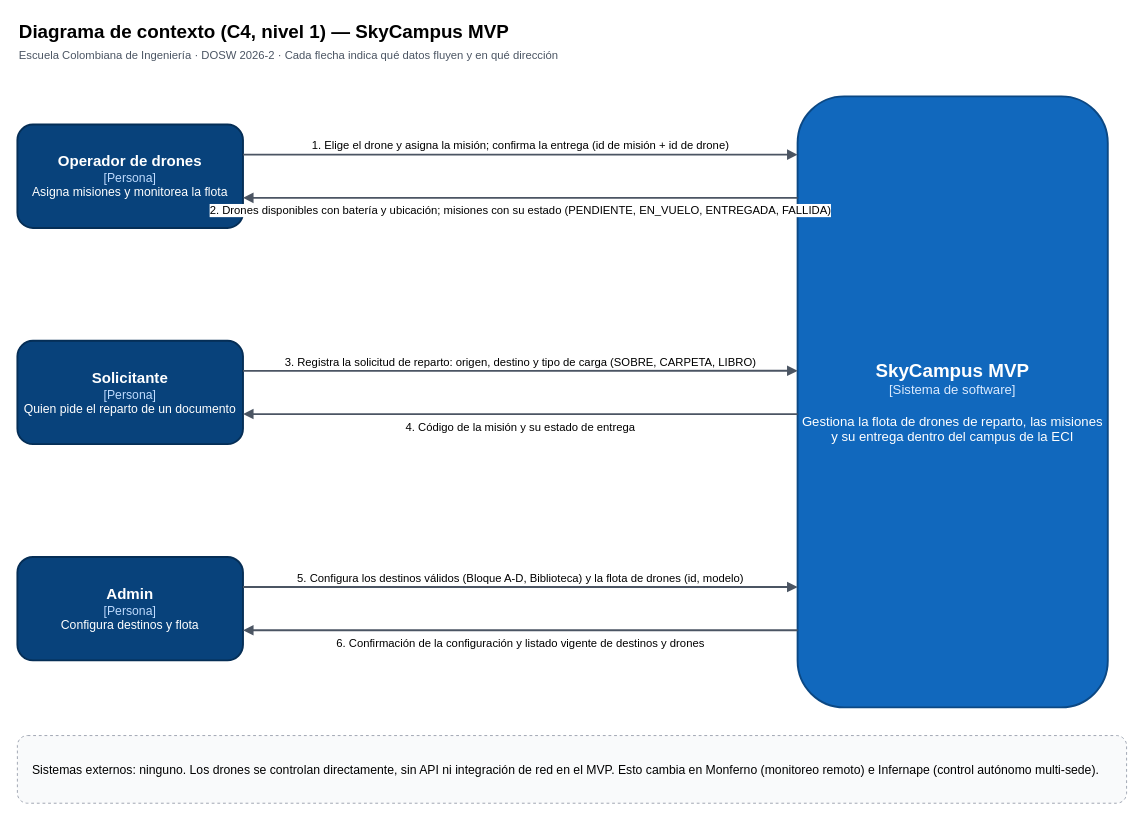
This is docs/c4/contexto-skycampus.drawio from JulianMorales2003/SkyCampus-ECI-Morales, a draw.io file, before an edit. Source tidied: cells renumbered, new cells numbered last; positions are measured from the earlier drawing's top-left corner, leaving out a move shared by most shapes. Both pictures are drawn from the tidied source at 94%, with x=0, y=0 at pixel (17, 16).
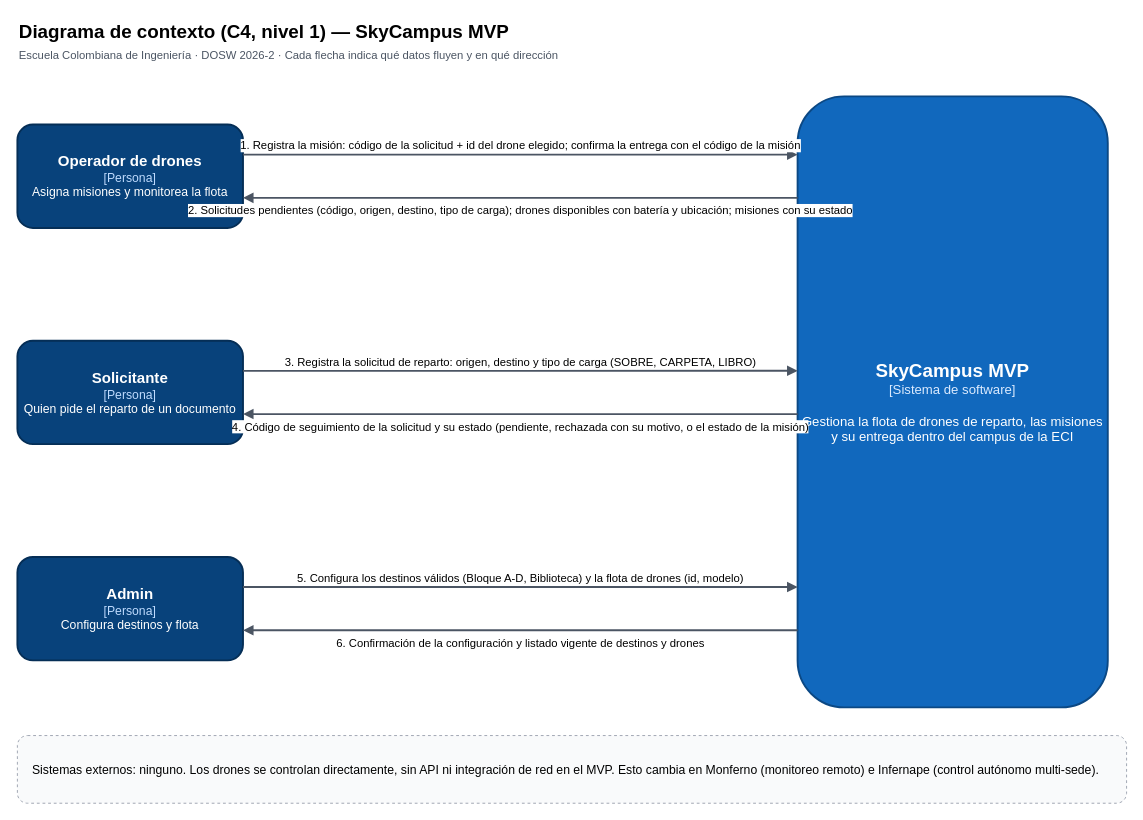
Above is the later version.

Commit message (it also covers changes not shown here):
docs: actualiza las flechas 1, 2 y 4 del diagrama de contexto en drawio, svg y png segun SC-01

The edit, as a diff of the source:
```diff
@@
 <mxGraphModel>
   <root>
     <mxCell id="0" />
     <mxCell id="1" parent="0" />
     <mxCell id="2" value="Diagrama de contexto (C4, nivel 1) — SkyCampus MVP" style="text;html=1;align=left;verticalAlign=middle;fontSize=20;fontStyle=1;" parent="1" vertex="1">
       <mxGeometry width="700" height="30" as="geometry" />
     </mxCell>
     <mxCell id="3" value="Escuela Colombiana de Ingeniería · DOSW 2026-2 · Cada flecha indica qué datos fluyen y en qué dirección" style="text;html=1;align=left;verticalAlign=middle;fontSize=12;fontColor=#4B5563;" parent="1" vertex="1">
       <mxGeometry y="30" width="800" height="24" as="geometry" />
     </mxCell>
     <mxCell id="4" value="&lt;b style=&quot;font-size:20px&quot;&gt;SkyCampus MVP&lt;/b&gt;&lt;br&gt;&lt;font color=&quot;#DBEAFE&quot;&gt;[Sistema de software]&lt;/font&gt;&lt;br&gt;&lt;br&gt;Gestiona la flota de drones de reparto, las misiones y su entrega dentro del campus de la ECI" style="rounded=1;whiteSpace=wrap;html=1;fillColor=#1168BD;strokeColor=#0B4884;fontColor=#ffffff;fontSize=14;strokeWidth=2;" parent="1" vertex="1">
       <mxGeometry x="830" y="85" width="330" height="650" as="geometry" />
     </mxCell>
     <mxCell id="5" value="&lt;b style=&quot;font-size:16px&quot;&gt;Operador de drones&lt;/b&gt;&lt;br&gt;&lt;font color=&quot;#BFDBFE&quot;&gt;[Persona]&lt;/font&gt;&lt;br&gt;Asigna misiones y monitorea la flota" style="rounded=1;whiteSpace=wrap;html=1;fillColor=#08427B;strokeColor=#052E56;fontColor=#ffffff;fontSize=13;strokeWidth=2;" parent="1" vertex="1">
       <mxGeometry y="115" width="240" height="110" as="geometry" />
     </mxCell>
-    <mxCell id="6" value="1. Elige el drone y asigna la misión; confirma la entrega (id de misión + id de drone)" style="endArrow=block;endFill=1;html=1;rounded=0;strokeColor=#4B5563;strokeWidth=2;fontSize=12;labelBackgroundColor=#ffffff;exitX=1;exitY=0.2909;exitDx=0;exitDy=0;entryX=0;entryY=0.0954;entryDx=0;entryDy=0;verticalAlign=bottom;" parent="1" edge="1" source="5" target="4">
+    <mxCell id="6" value="1. Registra la misión: código de la solicitud + id del drone elegido; confirma la entrega con el código de la misión" style="endArrow=block;endFill=1;html=1;rounded=0;strokeColor=#4B5563;strokeWidth=2;fontSize=12;labelBackgroundColor=#ffffff;exitX=1;exitY=0.2909;exitDx=0;exitDy=0;entryX=0;entryY=0.0954;entryDx=0;entryDy=0;verticalAlign=bottom;" parent="1" edge="1" source="5" target="4">
       <mxGeometry relative="1" as="geometry" />
     </mxCell>
-    <mxCell id="7" value="2. Drones disponibles con batería y ubicación; misiones con su estado (PENDIENTE, EN_VUELO, ENTREGADA, FALLIDA)" style="endArrow=block;endFill=1;html=1;rounded=0;strokeColor=#4B5563;strokeWidth=2;fontSize=12;labelBackgroundColor=#ffffff;exitX=0;exitY=0.1662;exitDx=0;exitDy=0;entryX=1;entryY=0.7091;entryDx=0;entryDy=0;verticalAlign=top;" parent="1" edge="1" source="4" target="5">
+    <mxCell id="7" value="2. Solicitudes pendientes (código, origen, destino, tipo de carga); drones disponibles con batería y ubicación; misiones con su estado" style="endArrow=block;endFill=1;html=1;rounded=0;strokeColor=#4B5563;strokeWidth=2;fontSize=12;labelBackgroundColor=#ffffff;exitX=0;exitY=0.1662;exitDx=0;exitDy=0;entryX=1;entryY=0.7091;entryDx=0;entryDy=0;verticalAlign=top;" parent="1" edge="1" source="4" target="5">
       <mxGeometry relative="1" as="geometry" />
     </mxCell>
     <mxCell id="8" value="&lt;b style=&quot;font-size:16px&quot;&gt;Solicitante&lt;/b&gt;&lt;br&gt;&lt;font color=&quot;#BFDBFE&quot;&gt;[Persona]&lt;/font&gt;&lt;br&gt;Quien pide el reparto de un documento" style="rounded=1;whiteSpace=wrap;html=1;fillColor=#08427B;strokeColor=#052E56;fontColor=#ffffff;fontSize=13;strokeWidth=2;" parent="1" vertex="1">
       <mxGeometry y="345" width="240" height="110" as="geometry" />
     </mxCell>
     <mxCell id="9" value="3. Registra la solicitud de reparto: origen, destino y tipo de carga (SOBRE, CARPETA, LIBRO)" style="endArrow=block;endFill=1;html=1;rounded=0;strokeColor=#4B5563;strokeWidth=2;fontSize=12;labelBackgroundColor=#ffffff;exitX=1;exitY=0.2909;exitDx=0;exitDy=0;entryX=0;entryY=0.4492;entryDx=0;entryDy=0;verticalAlign=bottom;" parent="1" edge="1" source="8" target="4">
       <mxGeometry relative="1" as="geometry" />
     </mxCell>
-    <mxCell id="10" value="4. Código de la misión y su estado de entrega" style="endArrow=block;endFill=1;html=1;rounded=0;strokeColor=#4B5563;strokeWidth=2;fontSize=12;labelBackgroundColor=#ffffff;exitX=0;exitY=0.5200;exitDx=0;exitDy=0;entryX=1;entryY=0.7091;entryDx=0;entryDy=0;verticalAlign=top;" parent="1" edge="1" source="4" target="8">
+    <mxCell id="10" value="4. Código de seguimiento de la solicitud y su estado (pendiente, rechazada con su motivo, o el estado de la misión)" style="endArrow=block;endFill=1;html=1;rounded=0;strokeColor=#4B5563;strokeWidth=2;fontSize=12;labelBackgroundColor=#ffffff;exitX=0;exitY=0.5200;exitDx=0;exitDy=0;entryX=1;entryY=0.7091;entryDx=0;entryDy=0;verticalAlign=top;" parent="1" edge="1" source="4" target="8">
       <mxGeometry relative="1" as="geometry" />
     </mxCell>
     <mxCell id="11" value="&lt;b style=&quot;font-size:16px&quot;&gt;Admin&lt;/b&gt;&lt;br&gt;&lt;font color=&quot;#BFDBFE&quot;&gt;[Persona]&lt;/font&gt;&lt;br&gt;Configura destinos y flota" style="rounded=1;whiteSpace=wrap;html=1;fillColor=#08427B;strokeColor=#052E56;fontColor=#ffffff;fontSize=13;strokeWidth=2;" parent="1" vertex="1">
       <mxGeometry y="575" width="240" height="110" as="geometry" />
     </mxCell>
     <mxCell id="12" value="5. Configura los destinos válidos (Bloque A-D, Biblioteca) y la flota de drones (id, modelo)" style="endArrow=block;endFill=1;html=1;rounded=0;strokeColor=#4B5563;strokeWidth=2;fontSize=12;labelBackgroundColor=#ffffff;exitX=1;exitY=0.2909;exitDx=0;exitDy=0;entryX=0;entryY=0.8031;entryDx=0;entryDy=0;verticalAlign=bottom;" parent="1" edge="1" source="11" target="4">
       <mxGeometry relative="1" as="geometry" />
     </mxCell>
     <mxCell id="13" value="6. Confirmación de la configuración y listado vigente de destinos y drones" style="endArrow=block;endFill=1;html=1;rounded=0;strokeColor=#4B5563;strokeWidth=2;fontSize=12;labelBackgroundColor=#ffffff;exitX=0;exitY=0.8738;exitDx=0;exitDy=0;entryX=1;entryY=0.7091;entryDx=0;entryDy=0;verticalAlign=top;" parent="1" edge="1" source="4" target="11">
       <mxGeometry relative="1" as="geometry" />
     </mxCell>
     <mxCell id="14" value="Sistemas externos: ninguno. Los drones se controlan directamente, sin API ni integración de red en el MVP. Esto cambia en Monferno (monitoreo remoto) e Infernape (control autónomo multi-sede)." style="rounded=1;whiteSpace=wrap;html=1;fillColor=#F9FAFB;strokeColor=#9CA3AF;dashed=1;fontSize=13;align=left;spacingLeft=14;" parent="1" vertex="1">
       <mxGeometry y="765" width="1180" height="72" as="geometry" />
     </mxCell>
   </root>
 </mxGraphModel>
```
